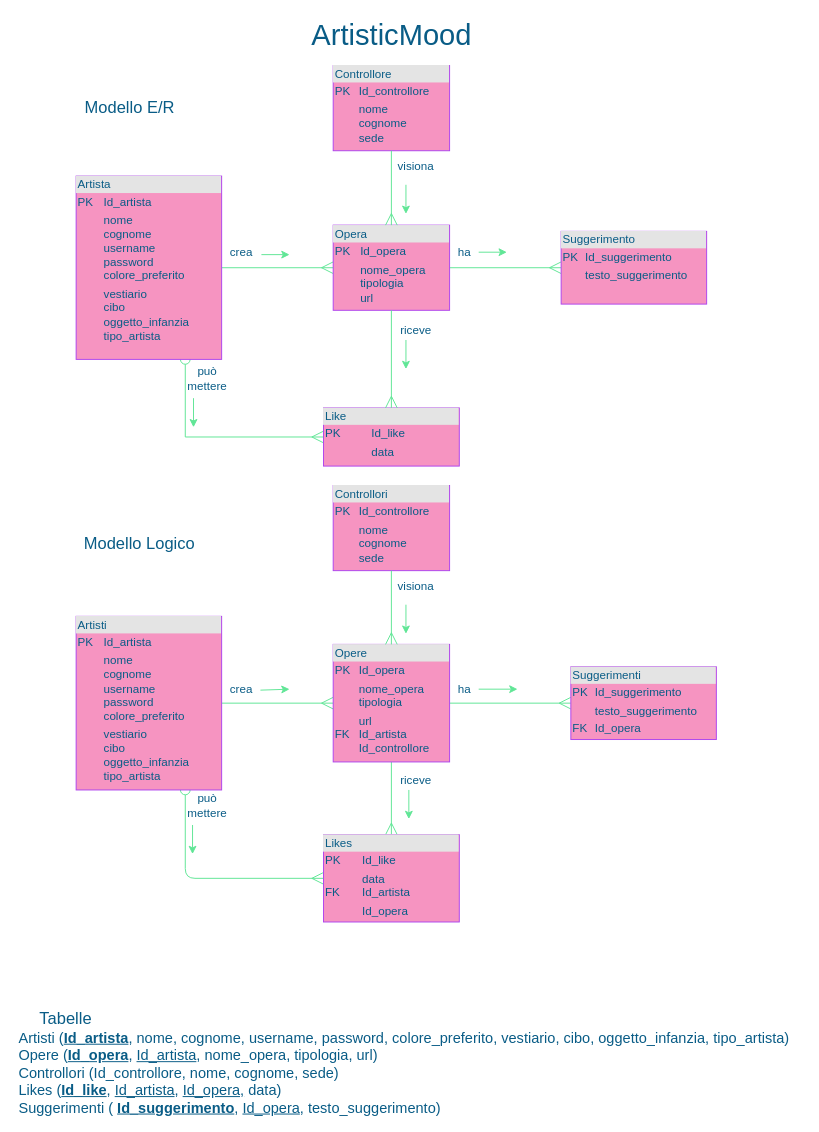
Earlier version of the draw.io diagram ArtisticMood.drawio (ChiaraGismondi02/ArtisticMood). Source tidied: cells renumbered, new cells numbered last; positions are measured from the earlier drawing's top-left corner, leaving out a move shared by most shapes. Both pictures are drawn from the tidied source at 97%, with x=0, y=0 at pixel (16, 19).
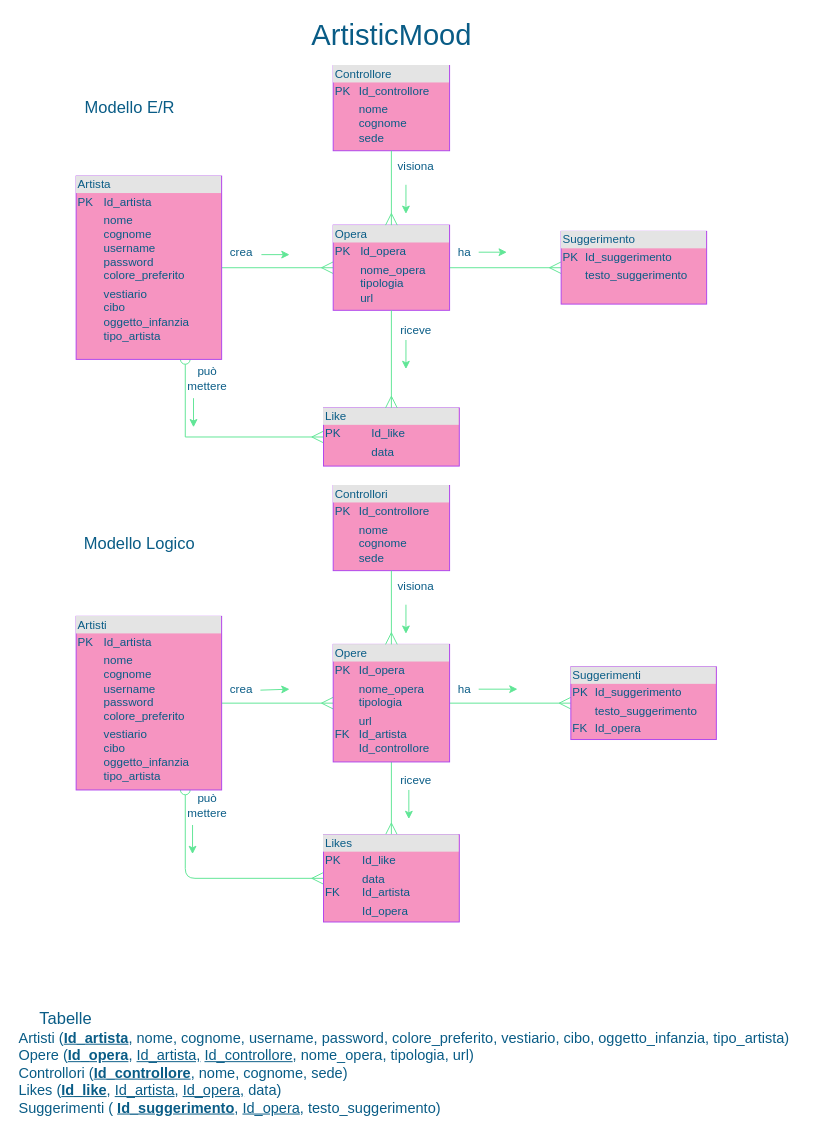
The same page after the edit.

The edit, as a diff of the source:
```diff
@@
-    <mxCell id="20" value="&lt;font style=&quot;font-size: 15px&quot;&gt;Artisti (&lt;u&gt;&lt;b&gt;Id_artista&lt;/b&gt;&lt;/u&gt;, nome, cognome, username, password, colore_preferito, vestiario, cibo, oggetto_infanzia, tipo_artista)&lt;br&gt;Opere (&lt;b&gt;&lt;u&gt;Id_opera&lt;/u&gt;&lt;/b&gt;, &lt;u&gt;Id_artista&lt;/u&gt;, nome_opera, tipologia, url)&lt;br&gt;Controllori (Id_controllore, nome, cognome, sede)&lt;br&gt;Likes (&lt;u&gt;&lt;b&gt;Id_like&lt;/b&gt;&lt;/u&gt;, &lt;u&gt;Id_artista&lt;/u&gt;, &lt;u&gt;Id_opera,&lt;/u&gt; data)&lt;br&gt;Suggerimenti ( &lt;u&gt;&lt;b&gt;Id_suggerimento&lt;/b&gt;&lt;/u&gt;, &lt;u&gt;Id_opera&lt;/u&gt;, testo_suggerimento)&lt;/font&gt;" style="text;html=1;align=left;verticalAlign=middle;fillColor=none;strokeColor=none;rounded=0;sketch=0;fontColor=#095C86;" parent="1" vertex="1">
+    <mxCell id="20" value="&lt;font style=&quot;font-size: 15px&quot;&gt;Artisti (&lt;u&gt;&lt;b&gt;Id_artista&lt;/b&gt;&lt;/u&gt;, nome, cognome, username, password, colore_preferito, vestiario, cibo, oggetto_infanzia, tipo_artista)&lt;br&gt;Opere (&lt;b&gt;&lt;u&gt;Id_opera&lt;/u&gt;&lt;/b&gt;, &lt;u&gt;Id_artista,&lt;/u&gt;&amp;nbsp;&lt;u&gt;Id_controllore&lt;/u&gt;, nome_opera, tipologia, url)&lt;br&gt;Controllori (&lt;u&gt;&lt;b&gt;Id_controllore&lt;/b&gt;&lt;/u&gt;, nome, cognome, sede)&lt;br&gt;Likes (&lt;u&gt;&lt;b&gt;Id_like&lt;/b&gt;&lt;/u&gt;, &lt;u&gt;Id_artista&lt;/u&gt;, &lt;u&gt;Id_opera,&lt;/u&gt; data)&lt;br&gt;Suggerimenti ( &lt;u&gt;&lt;b&gt;Id_suggerimento&lt;/b&gt;&lt;/u&gt;, &lt;u&gt;Id_opera&lt;/u&gt;, testo_suggerimento)&lt;/font&gt;" style="text;html=1;align=left;verticalAlign=middle;fillColor=none;strokeColor=none;rounded=0;sketch=0;fontColor=#095C86;" parent="1" vertex="1">
       <mxGeometry y="1045" width="810" height="80" as="geometry" />
     </mxCell>
```
